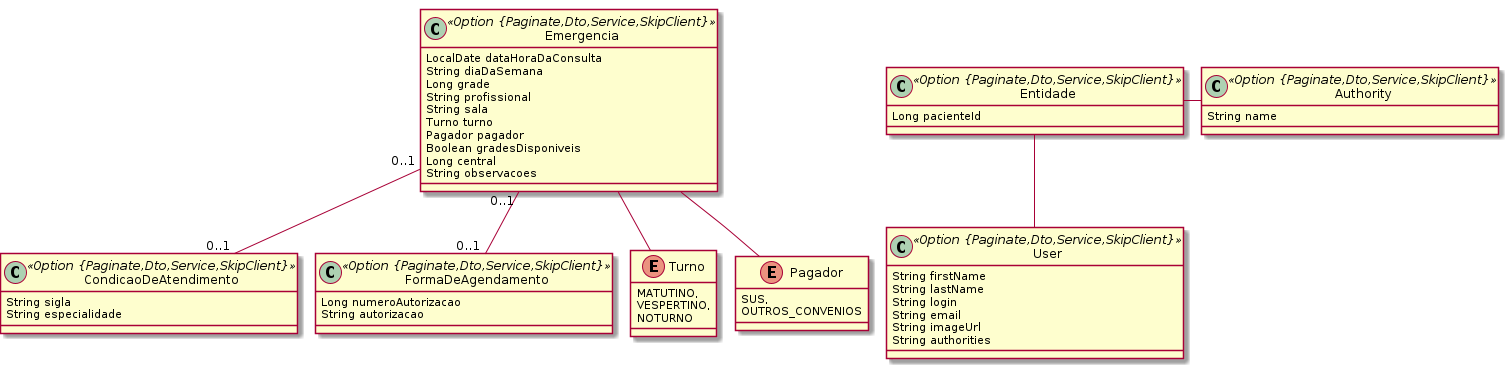
Above: consulta/emergencia.png in BasisTI/madre (PlantUML), before the change.
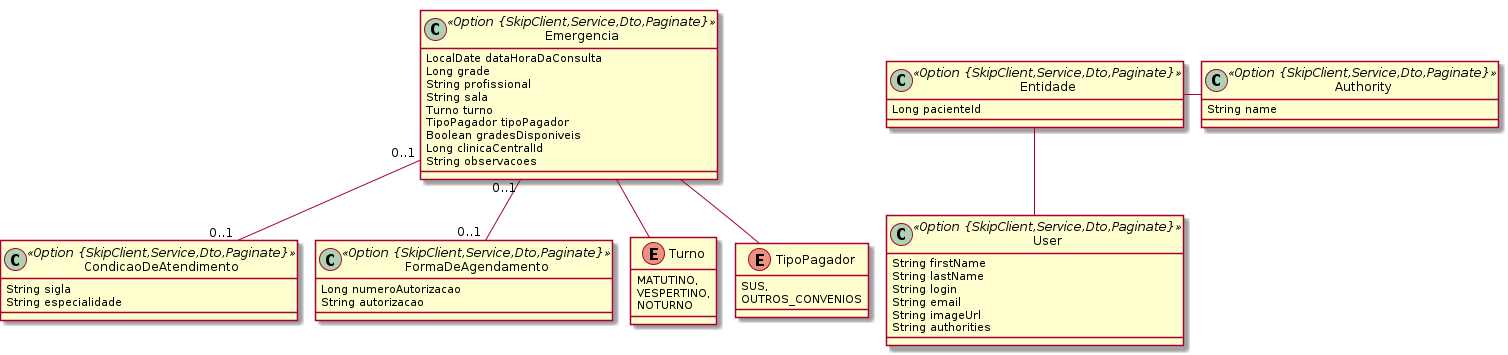
After the commit.

Commit message:
Altera nomes de variáveis

Diff of the diagram source:
```diff
@@ -3,32 +3,31 @@
 	!pragma syntax class
 	Emergencia  "0..1 " -- "0..1 "  CondicaoDeAtendimento
 	Emergencia  "0..1 " -- "0..1 "  FormaDeAgendamento
-	class Emergencia <<Option {Paginate,Dto,Service,SkipClient}>> {
+	class Emergencia <<Option {SkipClient,Service,Dto,Paginate}>> {
 		LocalDate dataHoraDaConsulta
-		String diaDaSemana
 		Long grade
 		String profissional
 		String sala
 		Turno turno
-		Pagador pagador
+		TipoPagador tipoPagador
 		Boolean gradesDisponiveis
-		Long central
+		Long clinicaCentralId
 		String observacoes
 	}
 	Emergencia ..> Turno
-	Emergencia ..> Pagador
-	class CondicaoDeAtendimento <<Option {Paginate,Dto,Service,SkipClient}>> {
+	Emergencia ..> TipoPagador
+	class CondicaoDeAtendimento <<Option {SkipClient,Service,Dto,Paginate}>> {
 		String sigla
 		String especialidade
 	}
-	class FormaDeAgendamento <<Option {Paginate,Dto,Service,SkipClient}>> {
+	class FormaDeAgendamento <<Option {SkipClient,Service,Dto,Paginate}>> {
 		Long numeroAutorizacao
 		String autorizacao
 	}
-	class Entidade <<Option {Paginate,Dto,Service,SkipClient}>> {
+	class Entidade <<Option {SkipClient,Service,Dto,Paginate}>> {
 		Long pacienteId
 	}
-	enum Pagador {
+	enum TipoPagador {
 		SUS,
 		OUTROS_CONVENIOS
 	}
@@ -37,10 +36,10 @@
 		VESPERTINO,
 		NOTURNO
 	}
-	class Authority <<Option {Paginate,Dto,Service,SkipClient}>> {
+	class Authority <<Option {SkipClient,Service,Dto,Paginate}>> {
 		String name
 	}
-	class User <<Option {Paginate,Dto,Service,SkipClient}>> {
+	class User <<Option {SkipClient,Service,Dto,Paginate}>> {
 		String firstName
 		String lastName
 		String login
```
